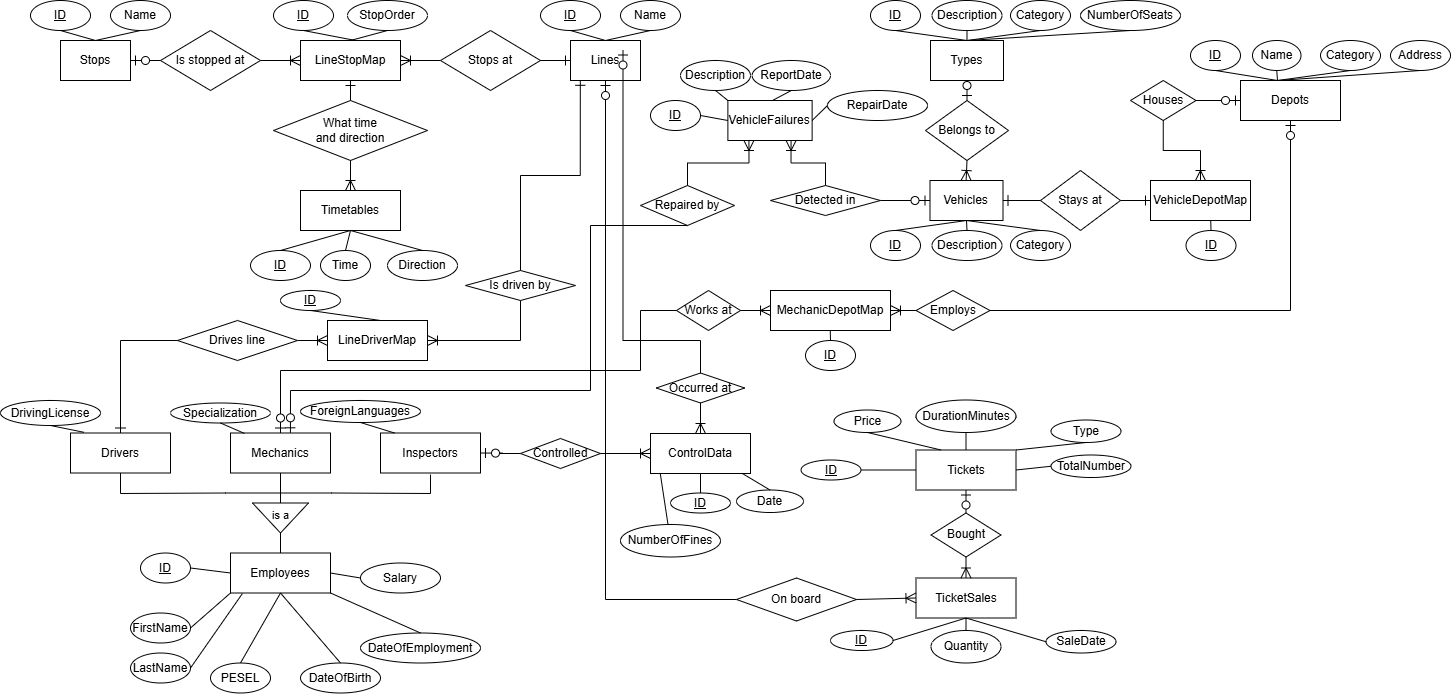
This is ERdiagram.png from d13g0h0h0/Projekt-SQL, a draw.io export, as it was before one commit. Source tidied: cells renumbered, new cells last; positions are measured from the earlier drawing's top-left corner, leaving out a move shared by most shapes.
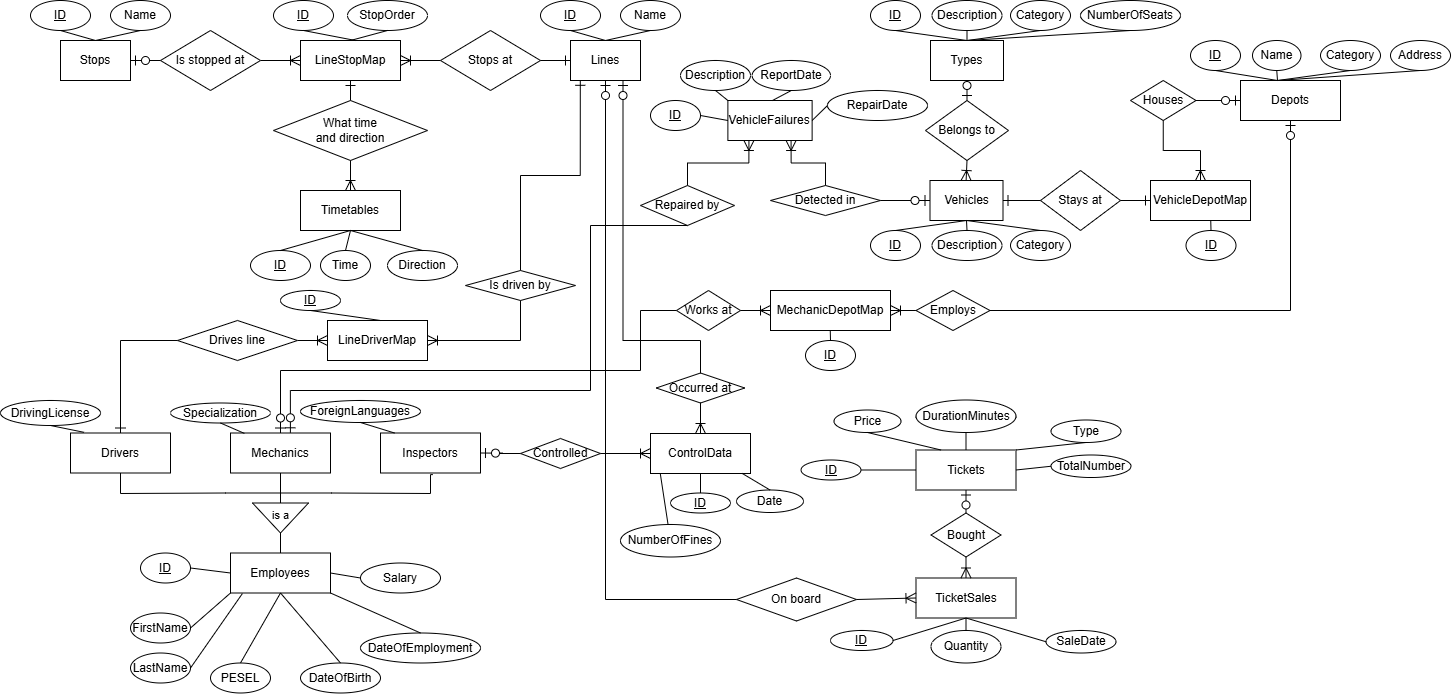
Later version of the same file.

Diff of the diagram source:
```diff
@@ -539,12 +539,11 @@
     <mxCell id="156" style="edgeStyle=orthogonalEdgeStyle;fontSize=12;html=1;endArrow=ERoneToMany;rounded=0;startSize=8;endSize=8;entryX=0.5;entryY=0;entryDx=0;entryDy=0;exitX=0.5;exitY=1;exitDx=0;exitDy=0;" parent="1" edge="1" source="155" target="145">
       <mxGeometry relative="1" as="geometry" />
     </mxCell>
-    <mxCell id="157" style="edgeStyle=orthogonalEdgeStyle;fontSize=12;html=1;endArrow=ERzeroToOne;endFill=1;rounded=0;startSize=8;endSize=8;entryX=0.75;entryY=1;entryDx=0;entryDy=0;exitX=0.5;exitY=0;exitDx=0;exitDy=0;" parent="1" edge="1" source="155">
+    <mxCell id="157" style="edgeStyle=orthogonalEdgeStyle;fontSize=12;html=1;endArrow=ERzeroToOne;endFill=1;rounded=0;startSize=8;endSize=8;exitX=0.5;exitY=0;exitDx=0;exitDy=0;entryX=0.75;entryY=1;entryDx=0;entryDy=0;" parent="1" edge="1" source="155" target="10">
       <mxGeometry relative="1" as="geometry">
-        <mxPoint x="622.5" y="49.5" as="targetPoint" />
         <Array as="points">
           <mxPoint x="700" y="340" />
-          <mxPoint x="622" y="340" />
+          <mxPoint x="623" y="340" />
         </Array>
       </mxGeometry>
     </mxCell>
```
